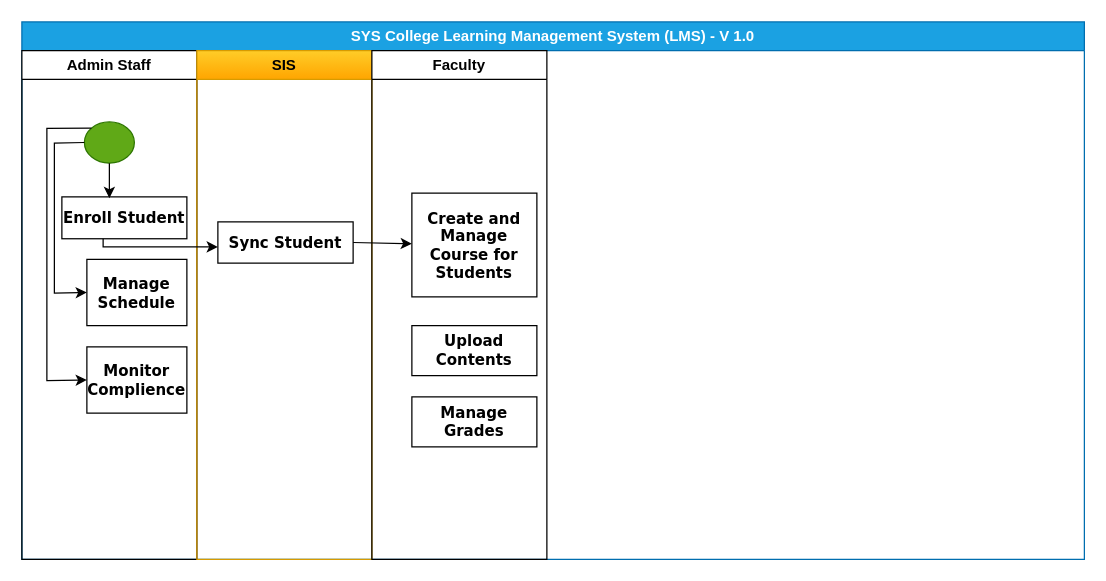
ZohaibWaqarMalik/Technical-Business-Analyst-Projects keeps this draw.io diagram as 02 - LMS-SysCollege/02 - Diagrams/BusinessProcessFlow-FlowChartDiagram_v1.0.drawio. Above is the earlier version. Source tidied: cells renumbered, new cells numbered last; positions are measured from the earlier drawing's top-left corner, leaving out a move shared by most shapes. Both pictures are drawn from the tidied source at 125%, with x=0, y=0 at pixel (21, 21).
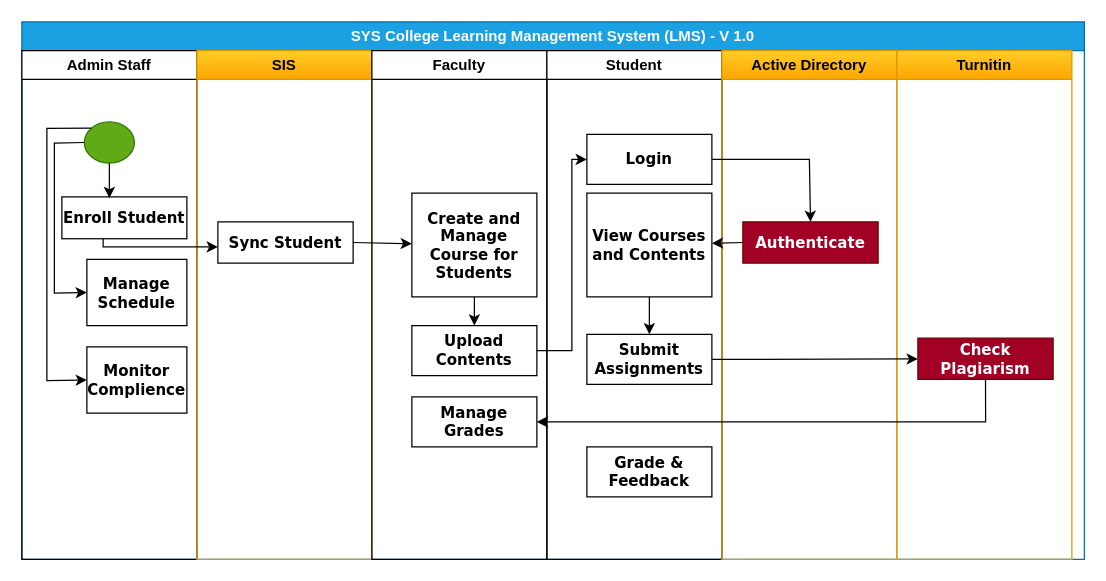
The same page after the edit.

Commit message:
Update BusinessProcessFlow-FlowChartDiagram_v1.0

Updated BusinessProcessFlow-FlowChartDiagram_v1.0 and included Processes for Active Directory and Turnitin

The change refers to these unchanged cells:
```xml
<mxCell id="2" value="SYS College Learning Management System (LMS) - V 1.0" style="swimlane;whiteSpace=wrap;html=1;startSize=23;fillStyle=solid;fillColor=#1ba1e2;strokeColor=#006EAF;fontColor=#ffffff;" parent="1" vertex="1">
  <mxGeometry width="850" height="430" as="geometry" />
</mxCell>
<mxCell id="14" value="Faculty" style="swimlane;whiteSpace=wrap;html=1;startSize=23;" parent="2" vertex="1">
  <mxGeometry x="280" y="23" width="140" height="407" as="geometry" />
</mxCell>
<mxCell id="15" value="&lt;font face=&quot;Verdana&quot;&gt;&lt;b&gt;Create and Manage Course for Students&lt;/b&gt;&lt;/font&gt;" style="whiteSpace=wrap;html=1;" parent="14" vertex="1">
  <mxGeometry x="32" y="114" width="100" height="83" as="geometry" />
</mxCell>
<mxCell id="16" value="&lt;font face=&quot;Verdana&quot;&gt;&lt;b&gt;Upload Contents&lt;/b&gt;&lt;/font&gt;" style="whiteSpace=wrap;html=1;" parent="14" vertex="1">
  <mxGeometry x="32" y="220" width="100" height="40" as="geometry" />
</mxCell>
<mxCell id="17" value="&lt;font face=&quot;Verdana&quot;&gt;&lt;b&gt;Manage Grades&lt;/b&gt;&lt;/font&gt;" style="whiteSpace=wrap;html=1;" parent="14" vertex="1">
  <mxGeometry x="32" y="277" width="100" height="40" as="geometry" />
</mxCell>
```

What changed in the source:
```diff
@@
+    <mxCell id="19" style="endArrow=classic;html=1;rounded=0;exitX=0.5;exitY=1;exitDx=0;exitDy=0;entryX=0.5;entryY=0;entryDx=0;entryDy=0;" parent="14" edge="1" source="15" target="16">
+      <mxGeometry relative="1" as="geometry" />
+    </mxCell>
@@
+    <mxCell id="20" value="Student" style="swimlane;whiteSpace=wrap;html=1;startSize=23;" parent="2" vertex="1">
+      <mxGeometry x="420" y="23" width="140" height="407" as="geometry" />
+    </mxCell>
+    <mxCell id="21" value="&lt;font face=&quot;Verdana&quot;&gt;&lt;b&gt;View Courses and Contents&lt;/b&gt;&lt;/font&gt;" style="whiteSpace=wrap;html=1;" parent="20" vertex="1">
+      <mxGeometry x="32" y="114" width="100" height="83" as="geometry" />
+    </mxCell>
+    <mxCell id="22" value="&lt;font face=&quot;Verdana&quot;&gt;&lt;b&gt;Submit Assignments&lt;/b&gt;&lt;/font&gt;" style="whiteSpace=wrap;html=1;" parent="20" vertex="1">
+      <mxGeometry x="32" y="227" width="100" height="40" as="geometry" />
+    </mxCell>
+    <mxCell id="23" style="endArrow=classic;html=1;rounded=0;exitX=0.5;exitY=1;exitDx=0;exitDy=0;entryX=0.5;entryY=0;entryDx=0;entryDy=0;" parent="20" edge="1" source="21" target="22">
+      <mxGeometry relative="1" as="geometry" />
+    </mxCell>
+    <mxCell id="24" value="&lt;font face=&quot;Verdana&quot;&gt;&lt;b&gt;Login&lt;/b&gt;&lt;/font&gt;" style="whiteSpace=wrap;html=1;" parent="20" vertex="1">
+      <mxGeometry x="32" y="67" width="100" height="40" as="geometry" />
+    </mxCell>
+    <mxCell id="25" value="&lt;font face=&quot;Verdana&quot;&gt;&lt;b&gt;Grade &amp;amp; Feedback&lt;/b&gt;&lt;/font&gt;" style="whiteSpace=wrap;html=1;" parent="20" vertex="1">
+      <mxGeometry x="32" y="317" width="100" height="40" as="geometry" />
+    </mxCell>
+    <mxCell id="26" value="Active Directory" style="swimlane;whiteSpace=wrap;html=1;startSize=23;fillColor=#ffcd28;strokeColor=#d79b00;gradientColor=#ffa500;" parent="2" vertex="1">
+      <mxGeometry x="560" y="23" width="140" height="407" as="geometry" />
+    </mxCell>
+    <mxCell id="27" value="Authenticate" style="whiteSpace=wrap;html=1;fontFamily=Verdana;fontStyle=1;fillColor=#a20025;fontColor=#ffffff;strokeColor=#6F0000;" parent="26" vertex="1">
+      <mxGeometry x="16.8" y="137" width="108.2" height="33" as="geometry" />
+    </mxCell>
+    <mxCell id="28" style="endArrow=classic;html=1;rounded=0;exitX=1;exitY=0.5;exitDx=0;exitDy=0;entryX=0;entryY=0.5;entryDx=0;entryDy=0;" parent="2" edge="1" source="16" target="24">
+      <mxGeometry relative="1" as="geometry">
+        <Array as="points">
+          <mxPoint x="440" y="263" />
+          <mxPoint x="440" y="110" />
+        </Array>
+      </mxGeometry>
+    </mxCell>
+    <mxCell id="29" style="endArrow=classic;html=1;rounded=0;exitX=1;exitY=0.5;exitDx=0;exitDy=0;entryX=0.5;entryY=0;entryDx=0;entryDy=0;" parent="2" edge="1" source="24" target="27">
+      <mxGeometry relative="1" as="geometry">
+        <Array as="points">
+          <mxPoint x="630" y="110" />
+        </Array>
+      </mxGeometry>
+    </mxCell>
+    <mxCell id="30" style="endArrow=classic;html=1;rounded=0;exitX=0;exitY=0.5;exitDx=0;exitDy=0;" parent="2" edge="1" source="27" target="21">
+      <mxGeometry relative="1" as="geometry" />
+    </mxCell>
+    <mxCell id="31" value="Turnitin" style="swimlane;whiteSpace=wrap;html=1;startSize=23;fillColor=#ffcd28;strokeColor=#d79b00;gradientColor=#ffa500;" parent="2" vertex="1">
+      <mxGeometry x="700" y="23" width="140" height="407" as="geometry" />
+    </mxCell>
+    <mxCell id="32" value="Check Plagiarism" style="whiteSpace=wrap;html=1;fontFamily=Verdana;fontStyle=1;fillColor=#a20025;fontColor=#ffffff;strokeColor=#6F0000;" parent="31" vertex="1">
+      <mxGeometry x="16.8" y="230" width="108.2" height="33" as="geometry" />
+    </mxCell>
+    <mxCell id="33" style="endArrow=classic;html=1;rounded=0;exitX=1;exitY=0.5;exitDx=0;exitDy=0;" parent="2" edge="1" source="22" target="32">
+      <mxGeometry relative="1" as="geometry" />
+    </mxCell>
+    <mxCell id="34" style="endArrow=classic;html=1;rounded=0;exitX=0.5;exitY=1;exitDx=0;exitDy=0;entryX=1;entryY=0.5;entryDx=0;entryDy=0;" parent="2" edge="1" source="32" target="17">
+      <mxGeometry relative="1" as="geometry">
+        <Array as="points">
+          <mxPoint x="771" y="320" />
+        </Array>
+      </mxGeometry>
+    </mxCell>
```
